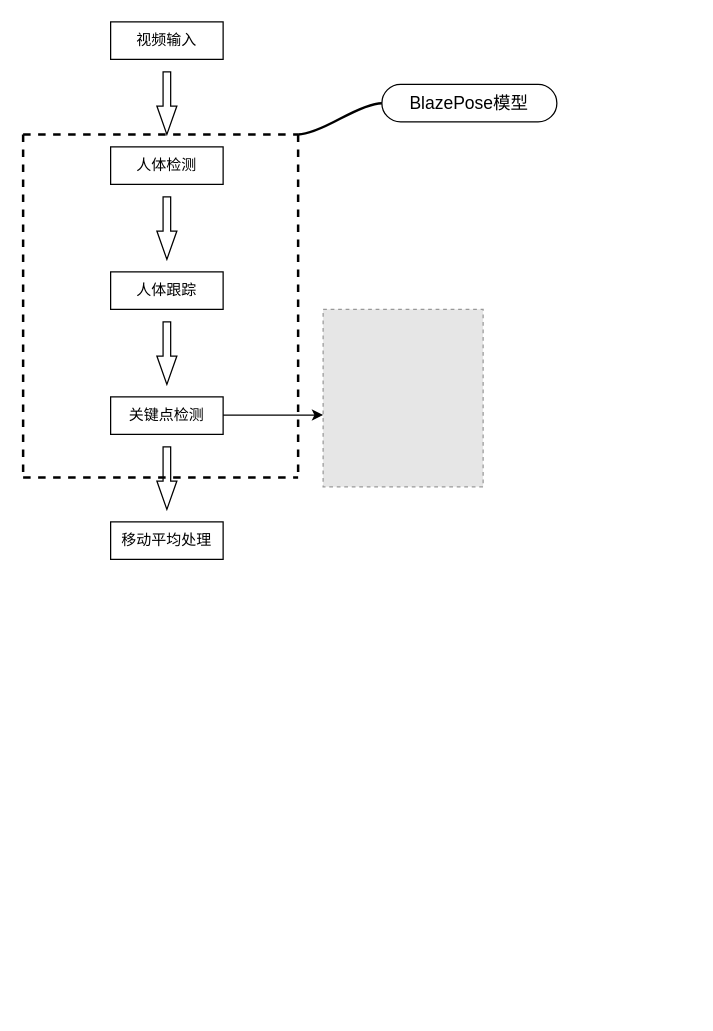
Ljy2003/work keeps this draw.io diagram as 未命名绘图.drawio. Above is the earlier version. Source tidied: cells renumbered, new cells numbered last; positions are measured from the earlier drawing's top-left corner, leaving out a move shared by most shapes. Both pictures are drawn from the tidied source at 125%, with x=0, y=0 at pixel (22, 21). Pictures stored in the file or linked from it are replaced by grey dashed boxes.
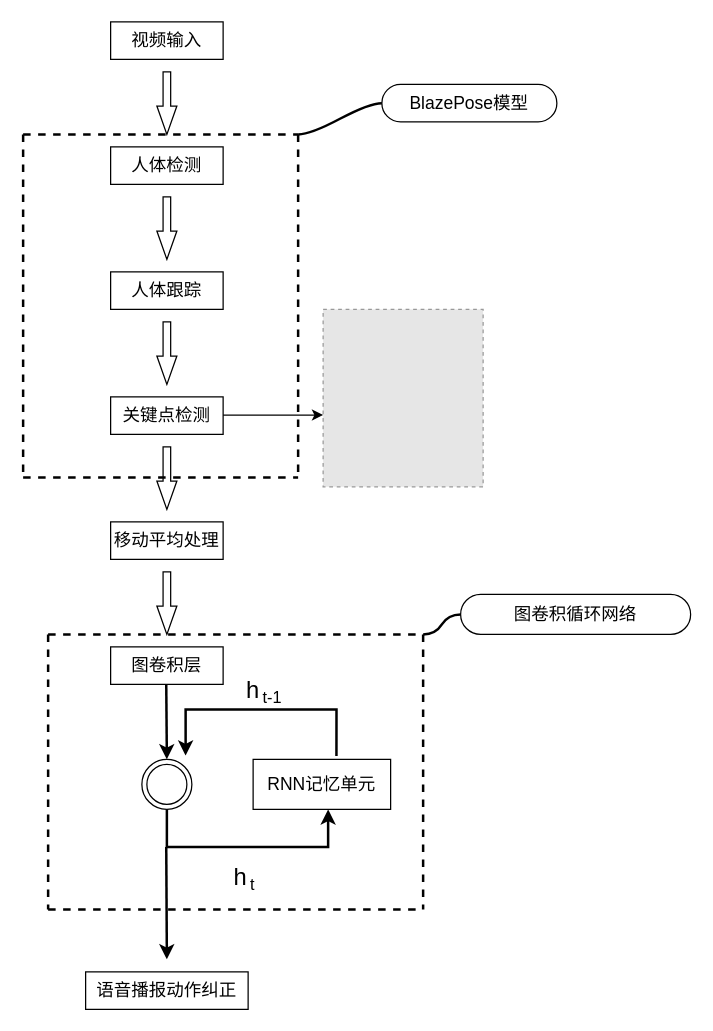
After the change.

Commit message (it also covers changes not shown here):
更新未命名绘图.drawio

The edit, as a diff of the source:
```diff
@@
-    <mxCell id="2" value="视频输入" style="rounded=0;whiteSpace=wrap;html=1;" parent="1" vertex="1">
+    <mxCell id="2" value="视频输入" style="rounded=0;whiteSpace=wrap;html=1;fontSize=14;" parent="1" vertex="1">
       <mxGeometry x="70" width="90" height="30" as="geometry" />
     </mxCell>
@@
-    <mxCell id="4" value="人体检测" style="rounded=0;whiteSpace=wrap;html=1;" parent="1" vertex="1">
+    <mxCell id="4" value="人体检测" style="rounded=0;whiteSpace=wrap;html=1;fontSize=14;" parent="1" vertex="1">
       <mxGeometry x="70" y="100" width="90" height="30" as="geometry" />
     </mxCell>
@@
-    <mxCell id="6" value="人体跟踪" style="rounded=0;whiteSpace=wrap;html=1;" parent="1" vertex="1">
+    <mxCell id="6" value="人体跟踪" style="rounded=0;whiteSpace=wrap;html=1;fontSize=14;" parent="1" vertex="1">
       <mxGeometry x="70" y="200" width="90" height="30" as="geometry" />
     </mxCell>
@@
-    <mxCell id="8" value="关键点检测" style="rounded=0;whiteSpace=wrap;html=1;" parent="1" vertex="1">
+    <mxCell id="8" value="关键点检测" style="rounded=0;whiteSpace=wrap;html=1;fontSize=14;" parent="1" vertex="1">
       <mxGeometry x="70" y="300" width="90" height="30" as="geometry" />
     </mxCell>
@@
-    <mxCell id="10" value="移动平均处理" style="rounded=0;whiteSpace=wrap;html=1;" parent="1" vertex="1">
+    <mxCell id="10" value="移动平均处理" style="rounded=0;whiteSpace=wrap;html=1;fontSize=14;" parent="1" vertex="1">
       <mxGeometry x="70" y="400" width="90" height="30" as="geometry" />
     </mxCell>
@@
+    <mxCell id="19" style="html=1;shadow=0;dashed=0;align=center;verticalAlign=middle;shape=mxgraph.arrows2.arrow;dy=0.62;dx=22.67;direction=south;notch=0;" parent="1" vertex="1">
+      <mxGeometry x="107" y="440" width="16" height="50" as="geometry" />
+    </mxCell>
+    <mxCell id="20" value="图卷积层" style="rounded=0;whiteSpace=wrap;html=1;fontSize=14;" parent="1" vertex="1">
+      <mxGeometry x="70" y="500" width="90" height="30" as="geometry" />
+    </mxCell>
+    <mxCell id="21" style="endArrow=classic;html=1;rounded=0;strokeWidth=2;fontSize=14;jumpSize=11;spacingTop=1;spacing=1;entryX=0.5;entryY=0;entryDx=0;entryDy=0;" parent="1" edge="1" target="22">
+      <mxGeometry relative="1" as="geometry">
+        <mxPoint x="114.5" y="530" as="sourcePoint" />
+      </mxGeometry>
+    </mxCell>
+    <mxCell id="22" style="ellipse;shape=doubleEllipse;whiteSpace=wrap;html=1;fontSize=14;" parent="1" vertex="1">
+      <mxGeometry x="95" y="590" width="40" height="40" as="geometry" />
+    </mxCell>
+    <mxCell id="23" value="RNN记忆单元" style="rounded=0;whiteSpace=wrap;html=1;fontSize=14;" parent="1" vertex="1">
+      <mxGeometry x="184" y="590" width="110" height="40" as="geometry" />
+    </mxCell>
+    <mxCell id="24" style="edgeStyle=segmentEdgeStyle;endArrow=classic;html=1;rounded=0;strokeWidth=2;fontSize=14;jumpSize=11;exitX=0.606;exitY=-0.067;exitDx=0;exitDy=0;exitPerimeter=0;" parent="1" edge="1" source="23">
+      <mxGeometry relative="1" as="geometry">
+        <mxPoint x="130" y="587" as="targetPoint" />
+        <Array as="points">
+          <mxPoint x="251" y="550" />
+        </Array>
+      </mxGeometry>
+    </mxCell>
+    <mxCell id="25" style="edgeStyle=segmentEdgeStyle;endArrow=classic;html=1;rounded=0;strokeWidth=2;fontSize=14;jumpSize=11;exitX=0.5;exitY=1;exitDx=0;exitDy=0;" parent="1" edge="1" source="22" target="23">
+      <mxGeometry relative="1" as="geometry">
+        <Array as="points">
+          <mxPoint x="115" y="660" />
+          <mxPoint x="244" y="660" />
+        </Array>
+      </mxGeometry>
+    </mxCell>
+    <mxCell id="26" style="endArrow=classic;html=1;rounded=0;strokeWidth=2;fontSize=14;jumpSize=11;" parent="1" edge="1">
+      <mxGeometry relative="1" as="geometry">
+        <mxPoint x="114.5" y="660" as="sourcePoint" />
+        <mxPoint x="115" y="750" as="targetPoint" />
+      </mxGeometry>
+    </mxCell>
+    <mxCell id="27" value="h" style="text;strokeColor=none;fillColor=none;align=center;verticalAlign=middle;whiteSpace=wrap;rounded=0;fontSize=19;html=1;spacing=2;" parent="1" vertex="1">
+      <mxGeometry x="154" y="520" width="60" height="30" as="geometry" />
+    </mxCell>
+    <mxCell id="28" value="t-1" style="text;html=1;strokeColor=none;fillColor=none;align=left;verticalAlign=middle;whiteSpace=wrap;rounded=0;fontSize=13;" parent="1" vertex="1">
+      <mxGeometry x="190" y="530" width="60" height="20" as="geometry" />
+    </mxCell>
+    <mxCell id="29" value="h" style="text;strokeColor=none;fillColor=none;align=center;verticalAlign=middle;whiteSpace=wrap;rounded=0;fontSize=19;html=1;spacing=2;" parent="1" vertex="1">
+      <mxGeometry x="144" y="670" width="60" height="30" as="geometry" />
+    </mxCell>
+    <mxCell id="30" value="t" style="text;html=1;strokeColor=none;fillColor=none;align=left;verticalAlign=middle;whiteSpace=wrap;rounded=0;fontSize=13;" parent="1" vertex="1">
+      <mxGeometry x="180" y="680" width="60" height="20" as="geometry" />
+    </mxCell>
+    <mxCell id="31" value="语音播报动作纠正" style="rounded=0;whiteSpace=wrap;html=1;fontSize=14;" parent="1" vertex="1">
+      <mxGeometry x="50" y="760" width="130" height="30" as="geometry" />
+    </mxCell>
+    <mxCell id="32" style="endArrow=none;dashed=1;html=1;rounded=0;strokeWidth=2;" parent="1" edge="1">
+      <mxGeometry relative="1" as="geometry">
+        <mxPoint x="20" y="490" as="sourcePoint" />
+        <mxPoint x="320" y="490" as="targetPoint" />
+      </mxGeometry>
+    </mxCell>
+    <mxCell id="33" style="endArrow=none;dashed=1;html=1;rounded=0;strokeWidth=2;" parent="1" edge="1">
+      <mxGeometry relative="1" as="geometry">
+        <mxPoint x="20" y="710" as="sourcePoint" />
+        <mxPoint x="320" y="710" as="targetPoint" />
+      </mxGeometry>
+    </mxCell>
+    <mxCell id="34" style="endArrow=none;dashed=1;html=1;rounded=0;jumpSize=11;strokeWidth=2;" parent="1" edge="1">
+      <mxGeometry relative="1" as="geometry">
+        <mxPoint x="320" y="490" as="sourcePoint" />
+        <mxPoint x="320" y="710" as="targetPoint" />
+      </mxGeometry>
+    </mxCell>
+    <mxCell id="35" style="endArrow=none;dashed=1;html=1;rounded=0;jumpSize=11;strokeWidth=2;" parent="1" edge="1">
+      <mxGeometry relative="1" as="geometry">
+        <mxPoint x="20" y="490" as="sourcePoint" />
+        <mxPoint x="20" y="710" as="targetPoint" />
+      </mxGeometry>
+    </mxCell>
+    <mxCell id="36" value="图卷积循环网络" style="whiteSpace=wrap;html=1;rounded=1;arcSize=50;align=center;verticalAlign=middle;strokeWidth=1;spacing=4;newEdgeStyle={&quot;edgeStyle&quot;:&quot;entityRelationEdgeStyle&quot;,&quot;startArrow&quot;:&quot;none&quot;,&quot;endArrow&quot;:&quot;none&quot;,&quot;segment&quot;:10,&quot;curved&quot;:1};fontSize=14;" parent="1" vertex="1">
+      <mxGeometry x="350" y="458" width="184" height="32" as="geometry" />
+    </mxCell>
+    <mxCell id="37" style="edgeStyle=entityRelationEdgeStyle;startArrow=none;endArrow=none;segment=10;curved=1;rounded=0;strokeWidth=2;fontSize=14;jumpSize=11;" parent="1" edge="1" target="36">
+      <mxGeometry relative="1" as="geometry">
+        <mxPoint x="320" y="490" as="sourcePoint" />
+      </mxGeometry>
+    </mxCell>
```
